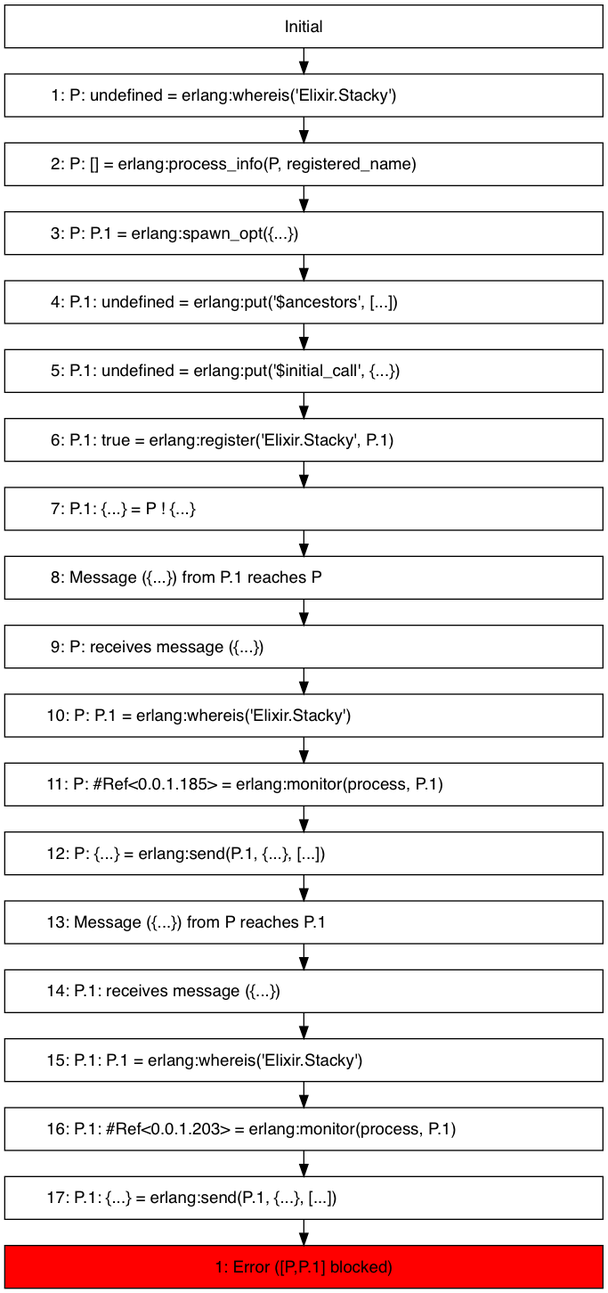
This is stacky.png from benjamintanweihao/concuerror_playground, a Graphviz export, as it was before one commit. Its source is kept beside it as stacky.dot. Its diagram source:
```dot
digraph {
  graph [ranksep=0.3]
  node [shape=box,width=7,fontname=Monospace]
  init [label="Initial"];
  subgraph {
    "#Ref<0.0.1.90>" [label="        1: P: undefined = erlang:whereis('Elixir.Stacky')\l"];
    "init" -> "#Ref<0.0.1.90>"[weight=1000];
    "#Ref<0.0.1.128>" [label="        2: P: [] = erlang:process_info(P, registered_name)\l"];
    "#Ref<0.0.1.90>" -> "#Ref<0.0.1.128>"[weight=1000];
    "#Ref<0.0.1.140>" [label="        3: P: P.1 = erlang:spawn_opt({...})\l"];
    "#Ref<0.0.1.128>" -> "#Ref<0.0.1.140>"[weight=1000];
    "#Ref<0.0.1.151>" [label="        4: P.1: undefined = erlang:put('$ancestors', [...])\l"];
    "#Ref<0.0.1.140>" -> "#Ref<0.0.1.151>"[weight=1000];
    "#Ref<0.0.1.154>" [label="        5: P.1: undefined = erlang:put('$initial_call', {...})\l"];
    "#Ref<0.0.1.151>" -> "#Ref<0.0.1.154>"[weight=1000];
    "#Ref<0.0.1.157>" [label="        6: P.1: true = erlang:register('Elixir.Stacky', P.1)\l"];
    "#Ref<0.0.1.154>" -> "#Ref<0.0.1.157>"[weight=1000];
    "#Ref<0.0.1.160>" [label="        7: P.1: {...} = P ! {...}\l"];
    "#Ref<0.0.1.157>" -> "#Ref<0.0.1.160>"[weight=1000];
    "#Ref<0.0.1.173>" [label="        8: Message ({...}) from P.1 reaches P\l"];
    "#Ref<0.0.1.160>" -> "#Ref<0.0.1.173>"[weight=1000];
    "#Ref<0.0.1.177>" [label="        9: P: receives message ({...})\l"];
    "#Ref<0.0.1.173>" -> "#Ref<0.0.1.177>"[weight=1000];
    "#Ref<0.0.1.180>" [label="       10: P: P.1 = erlang:whereis('Elixir.Stacky')\l"];
    "#Ref<0.0.1.177>" -> "#Ref<0.0.1.180>"[weight=1000];
    "#Ref<0.0.1.182>" [label="       11: P: #Ref<0.0.1.185> = erlang:monitor(process, P.1)\l"];
    "#Ref<0.0.1.180>" -> "#Ref<0.0.1.182>"[weight=1000];
    "#Ref<0.0.1.186>" [label="       12: P: {...} = erlang:send(P.1, {...}, [...])\l"];
    "#Ref<0.0.1.182>" -> "#Ref<0.0.1.186>"[weight=1000];
    "#Ref<0.0.1.190>" [label="       13: Message ({...}) from P reaches P.1\l"];
    "#Ref<0.0.1.186>" -> "#Ref<0.0.1.190>"[weight=1000];
    "#Ref<0.0.1.194>" [label="       14: P.1: receives message ({...})\l"];
    "#Ref<0.0.1.190>" -> "#Ref<0.0.1.194>"[weight=1000];
    "#Ref<0.0.1.197>" [label="       15: P.1: P.1 = erlang:whereis('Elixir.Stacky')\l"];
    "#Ref<0.0.1.194>" -> "#Ref<0.0.1.197>"[weight=1000];
    "#Ref<0.0.1.200>" [label="       16: P.1: #Ref<0.0.1.203> = erlang:monitor(process, P.1)\l"];
    "#Ref<0.0.1.197>" -> "#Ref<0.0.1.200>"[weight=1000];
    "#Ref<0.0.1.204>" [label="       17: P.1: {...} = erlang:send(P.1, {...}, [...])\l"];
    "#Ref<0.0.1.200>" -> "#Ref<0.0.1.204>"[weight=1000];
    "#Ref<0.0.1.243>" [label="1: Error ([P,P.1] blocked)",style=filled,fillcolor=red];
    "#Ref<0.0.1.204>" -> "#Ref<0.0.1.243>"[weight=1000];
  }
}
```
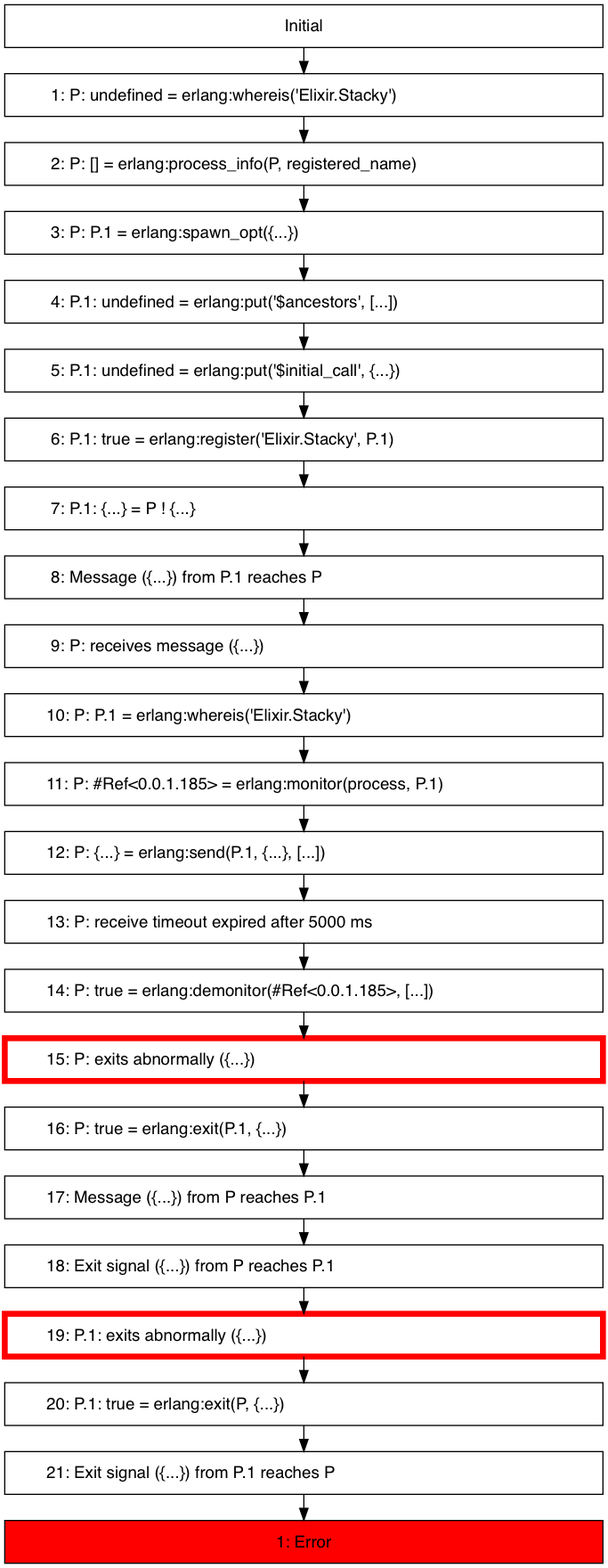
The same diagram one commit later.

Diff of the diagram source:
```diff
@@ -31,13 +31,43 @@
     "#Ref<0.0.1.186>" -> "#Ref<0.0.1.190>"[weight=1000];
     "#Ref<0.0.1.194>" [label="       14: P.1: receives message ({...})\l"];
     "#Ref<0.0.1.190>" -> "#Ref<0.0.1.194>"[weight=1000];
-    "#Ref<0.0.1.197>" [label="       15: P.1: P.1 = erlang:whereis('Elixir.Stacky')\l"];
+    "#Ref<0.0.1.197>" [label="       15: P.1: {...} = P ! {...}\l"];
     "#Ref<0.0.1.194>" -> "#Ref<0.0.1.197>"[weight=1000];
-    "#Ref<0.0.1.200>" [label="       16: P.1: #Ref<0.0.1.203> = erlang:monitor(process, P.1)\l"];
-    "#Ref<0.0.1.197>" -> "#Ref<0.0.1.200>"[weight=1000];
-    "#Ref<0.0.1.204>" [label="       17: P.1: {...} = erlang:send(P.1, {...}, [...])\l"];
-    "#Ref<0.0.1.200>" -> "#Ref<0.0.1.204>"[weight=1000];
-    "#Ref<0.0.1.243>" [label="1: Error ([P,P.1] blocked)",style=filled,fillcolor=red];
-    "#Ref<0.0.1.204>" -> "#Ref<0.0.1.243>"[weight=1000];
+    "#Ref<0.0.1.201>" [label="       16: Message ({...}) from P.1 reaches P\l"];
+    "#Ref<0.0.1.197>" -> "#Ref<0.0.1.201>"[weight=1000];
+    "#Ref<0.0.1.205>" [label="       17: P: receives message ({...})\l"];
+    "#Ref<0.0.1.201>" -> "#Ref<0.0.1.205>"[weight=1000];
+    "#Ref<0.0.1.208>" [label="       18: P: true = erlang:demonitor(#Ref<0.0.1.185>, [...])\l"];
+    "#Ref<0.0.1.205>" -> "#Ref<0.0.1.208>"[weight=1000];
+    "#Ref<0.0.1.211>" [label="       19: P: P.1 = erlang:whereis('Elixir.Stacky')\l"];
+    "#Ref<0.0.1.208>" -> "#Ref<0.0.1.211>"[weight=1000];
+    "#Ref<0.0.1.214>" [label="       20: P: #Ref<0.0.1.217> = erlang:monitor(process, P.1)\l"];
+    "#Ref<0.0.1.211>" -> "#Ref<0.0.1.214>"[weight=1000];
+    "#Ref<0.0.1.218>" [label="       21: P: {...} = erlang:send(P.1, {...}, [...])\l"];
+    "#Ref<0.0.1.214>" -> "#Ref<0.0.1.218>"[weight=1000];
+    "#Ref<0.0.1.222>" [label="       22: Message ({...}) from P reaches P.1\l"];
+    "#Ref<0.0.1.218>" -> "#Ref<0.0.1.222>"[weight=1000];
+    "#Ref<0.0.1.225>" [label="       23: P.1: receives message ({...})\l"];
+    "#Ref<0.0.1.222>" -> "#Ref<0.0.1.225>"[weight=1000];
+    "#Ref<0.0.1.229>" [label="       24: P.1: exits normally\l",color=lime,penwidth=5];
+    "#Ref<0.0.1.225>" -> "#Ref<0.0.1.229>"[weight=1000];
+    "#Ref<0.0.1.232>" [label="       25: P.1: true = erlang:exit(P, normal)\l"];
+    "#Ref<0.0.1.229>" -> "#Ref<0.0.1.232>"[weight=1000];
+    "#Ref<0.0.1.236>" [label="       26: P.1: {...} = erlang:send(P, {...})\l"];
+    "#Ref<0.0.1.232>" -> "#Ref<0.0.1.236>"[weight=1000];
+    "#Ref<0.0.1.240>" [label="       27: Exit signal (normal) from P.1 reaches P\l"];
+    "#Ref<0.0.1.236>" -> "#Ref<0.0.1.240>"[weight=1000];
+    "#Ref<0.0.1.243>" [label="       28: Message ({...}) from P.1 reaches P\l"];
+    "#Ref<0.0.1.240>" -> "#Ref<0.0.1.243>"[weight=1000];
+    "#Ref<0.0.1.247>" [label="       29: P: receives message ({...})\l"];
+    "#Ref<0.0.1.243>" -> "#Ref<0.0.1.247>"[weight=1000];
+    "#Ref<0.0.1.250>" [label="       30: P: exits abnormally ({...})\l",color=red,penwidth=5];
+    "#Ref<0.0.1.247>" -> "#Ref<0.0.1.250>"[weight=1000];
+    "#Ref<0.0.1.253>" [label="       31: P: true = erlang:exit(P.1, {...})\l"];
+    "#Ref<0.0.1.250>" -> "#Ref<0.0.1.253>"[weight=1000];
+    "#Ref<0.0.1.257>" [label="       32: Exit signal ({...}) from P reaches P.1\l"];
+    "#Ref<0.0.1.253>" -> "#Ref<0.0.1.257>"[weight=1000];
+    "#Ref<0.0.1.292>" [label="1: Ok",style=filled,fillcolor=lime];
+    "#Ref<0.0.1.257>" -> "#Ref<0.0.1.292>"[weight=1000];
   }
 }
```
